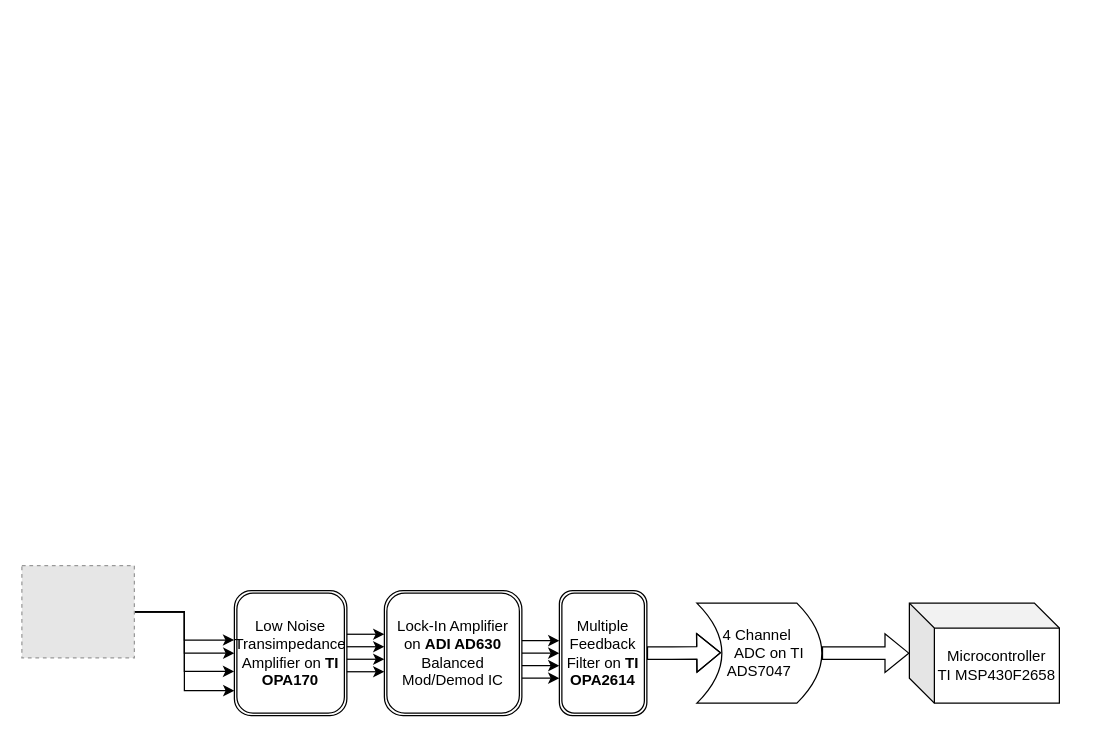
arware/AGfup keeps this draw.io diagram as PCLETS Diagram.drawio. Above is the earlier version. Source tidied: cells renumbered, new cells numbered last; positions are measured from the earlier drawing's top-left corner, leaving out a move shared by most shapes. Both pictures are drawn from the tidied source at 125%, with x=0, y=0 at pixel (21, 565). Pictures stored in the file or linked from it are replaced by grey dashed boxes.
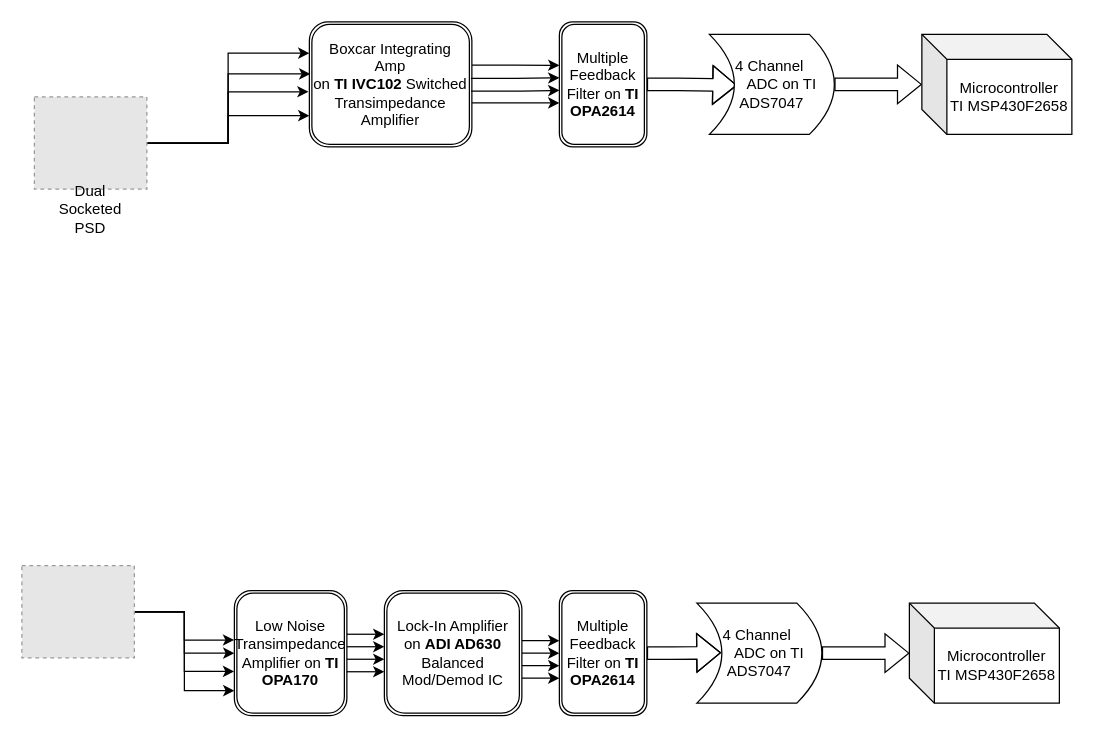
The same page after the edit.

The edit, as a diff of the source:
```diff
@@
+    <mxCell id="22" style="edgeStyle=orthogonalEdgeStyle;rounded=0;jettySize=auto;html=1;entryX=0.006;entryY=0.416;entryDx=0;entryDy=0;entryPerimeter=0;" parent="1" edge="1" source="26" target="27">
+      <mxGeometry relative="1" as="geometry" />
+    </mxCell>
+    <mxCell id="23" style="edgeStyle=orthogonalEdgeStyle;rounded=0;jettySize=auto;html=1;entryX=0;entryY=0.25;entryDx=0;entryDy=0;" parent="1" edge="1" source="26" target="27">
+      <mxGeometry relative="1" as="geometry" />
+    </mxCell>
+    <mxCell id="24" style="edgeStyle=orthogonalEdgeStyle;rounded=0;jettySize=auto;html=1;entryX=0;entryY=0.75;entryDx=0;entryDy=0;" parent="1" edge="1" source="26" target="27">
+      <mxGeometry relative="1" as="geometry" />
+    </mxCell>
+    <mxCell id="25" style="edgeStyle=orthogonalEdgeStyle;rounded=0;jettySize=auto;html=1;entryX=-0.005;entryY=0.559;entryDx=0;entryDy=0;entryPerimeter=0;" parent="1" edge="1" source="26" target="27">
+      <mxGeometry relative="1" as="geometry" />
+    </mxCell>
+    <mxCell id="26" style="fillColor=#E6E6E6;strokeColor=#999999;dashed=1;html=1;verticalLabelPosition=bottom;verticalAlign=top;" parent="1" vertex="1">
+      <mxGeometry x="10" y="-375" width="90" height="73.8" as="geometry" />
+    </mxCell>
+    <mxCell id="27" value="&lt;div&gt;Boxcar Integrating Amp&lt;br&gt;&lt;/div&gt;&lt;div&gt;on &lt;b&gt;TI IVC102 &lt;/b&gt;Switched Transimpedance &lt;br&gt;&lt;/div&gt;Amplifier" style="shape=ext;double=1;rounded=1;whiteSpace=wrap;html=1;" parent="1" vertex="1">
+      <mxGeometry x="230" y="-435" width="130" height="100" as="geometry" />
+    </mxCell>
+    <mxCell id="28" value="Dual Socketed PSD" style="text;html=1;strokeColor=none;fillColor=none;align=center;verticalAlign=middle;whiteSpace=wrap;overflow=hidden;" parent="1" vertex="1">
+      <mxGeometry x="15" y="-325" width="80" height="80" as="geometry" />
+    </mxCell>
@@
+    <mxCell id="29" style="edgeStyle=orthogonalEdgeStyle;rounded=0;jettySize=auto;html=1;shape=flexArrow;entryX=0.778;entryY=0.51;entryDx=0;entryDy=0;entryPerimeter=0;" parent="1" edge="1" source="30" target="36">
+      <mxGeometry relative="1" as="geometry" />
+    </mxCell>
+    <mxCell id="30" value="&lt;div&gt;Multiple Feedback Filter on &lt;b&gt;TI OPA2614&lt;/b&gt;&lt;br&gt;&lt;/div&gt;" style="shape=ext;double=1;rounded=1;whiteSpace=wrap;html=1;" parent="1" vertex="1">
+      <mxGeometry x="430" y="-435" width="70" height="100" as="geometry" />
+    </mxCell>
@@
+    <mxCell id="31" style="edgeStyle=orthogonalEdgeStyle;rounded=0;jettySize=auto;html=1;entryX=0;entryY=0.5;entryDx=0;entryDy=0;exitX=0.994;exitY=0.452;exitDx=0;exitDy=0;exitPerimeter=0;" parent="1" edge="1" source="27">
+      <mxGeometry relative="1" as="geometry">
+        <mxPoint x="430" y="-390.2" as="targetPoint" />
+      </mxGeometry>
+    </mxCell>
+    <mxCell id="32" style="edgeStyle=orthogonalEdgeStyle;rounded=0;jettySize=auto;html=1;entryX=0;entryY=0.5;entryDx=0;entryDy=0;exitX=0.995;exitY=0.554;exitDx=0;exitDy=0;exitPerimeter=0;" parent="1" edge="1" source="27">
+      <mxGeometry relative="1" as="geometry">
+        <mxPoint x="430" y="-380.2" as="targetPoint" />
+        <Array as="points">
+          <mxPoint x="400" y="-380" />
+        </Array>
+      </mxGeometry>
+    </mxCell>
+    <mxCell id="33" style="edgeStyle=orthogonalEdgeStyle;rounded=0;jettySize=auto;html=1;entryX=0;entryY=0.5;entryDx=0;entryDy=0;exitX=1;exitY=0.648;exitDx=0;exitDy=0;exitPerimeter=0;" parent="1" edge="1" source="27">
+      <mxGeometry relative="1" as="geometry">
+        <mxPoint x="430" y="-370.2" as="targetPoint" />
+        <Array as="points">
+          <mxPoint x="395" y="-370" />
+          <mxPoint x="395" y="-370" />
+        </Array>
+      </mxGeometry>
+    </mxCell>
+    <mxCell id="34" style="edgeStyle=orthogonalEdgeStyle;rounded=0;jettySize=auto;html=1;entryX=0;entryY=0.5;entryDx=0;entryDy=0;exitX=1.001;exitY=0.345;exitDx=0;exitDy=0;exitPerimeter=0;" parent="1" edge="1" source="27">
+      <mxGeometry relative="1" as="geometry">
+        <mxPoint x="430" y="-400.2" as="targetPoint" />
+      </mxGeometry>
+    </mxCell>
@@
+    <mxCell id="35" style="edgeStyle=orthogonalEdgeStyle;shape=flexArrow;rounded=0;jettySize=auto;html=1;" parent="1" edge="1" source="36" target="37">
+      <mxGeometry relative="1" as="geometry" />
+    </mxCell>
+    <mxCell id="36" value="&lt;div&gt;4 Channel&amp;nbsp;&lt;/div&gt;&lt;div&gt;&amp;nbsp;&amp;nbsp;&amp;nbsp;&amp;nbsp; ADC on TI &lt;br&gt;&lt;/div&gt;&lt;div&gt;ADS7047&lt;/div&gt;" style="shape=dataStorage;whiteSpace=wrap;html=1;fixedSize=1;flipH=1;" parent="1" vertex="1">
+      <mxGeometry x="550" y="-425" width="100" height="80" as="geometry" />
+    </mxCell>
+    <mxCell id="37" value="&lt;div&gt;Microcontroller&lt;/div&gt;&lt;div&gt;TI MSP430F2658&lt;br&gt;&lt;/div&gt;" style="shape=cube;whiteSpace=wrap;html=1;boundedLbl=1;backgroundOutline=1;darkOpacity=0.05;darkOpacity2=0.1;" parent="1" vertex="1">
+      <mxGeometry x="720" y="-425" width="120" height="80" as="geometry" />
+    </mxCell>
```
